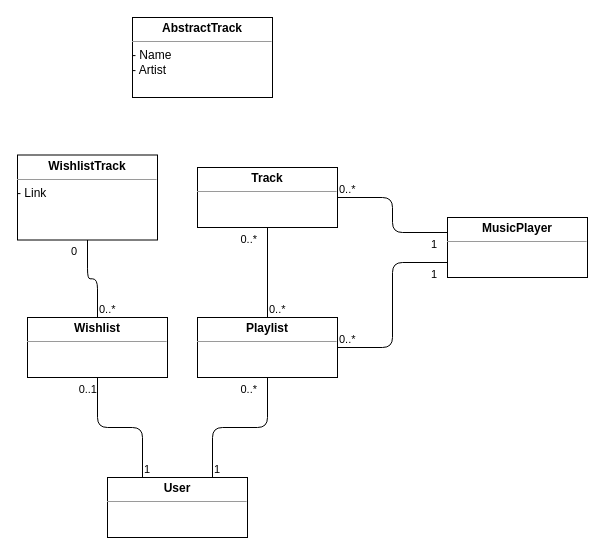
The draw.io diagram documentation/DomainModel.drawio in mart610k/Mp3-Player, before the edit. Source tidied: cells renumbered, new cells numbered last; positions are measured from the earlier drawing's top-left corner, leaving out a move shared by most shapes. Both pictures are drawn from the tidied source at 100%, with x=0, y=0 at pixel (17, 17).
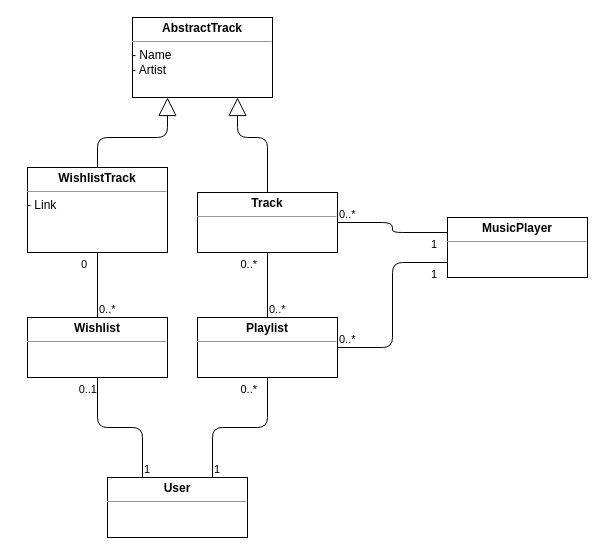
Above is the later version.

Unchanged cells that the change refers to:
```xml
<mxCell id="26" value="&lt;p style=&quot;margin: 0px ; margin-top: 4px ; text-align: center&quot;&gt;&lt;b&gt;AbstractTrack&lt;/b&gt;&lt;/p&gt;&lt;hr size=&quot;1&quot;&gt;&lt;div style=&quot;height: 2px&quot;&gt;- Name&lt;br&gt;- Artist&lt;br&gt;&lt;/div&gt;" style="verticalAlign=top;align=left;overflow=fill;fontSize=12;fontFamily=Helvetica;html=1;" parent="1" vertex="1">
  <mxGeometry x="115" width="140" height="80" as="geometry" />
</mxCell>
```

The edit, as a diff of the source:
```diff
@@
     <mxCell id="3" value="&lt;p style=&quot;margin: 0px ; margin-top: 4px ; text-align: center&quot;&gt;&lt;b&gt;Track&lt;/b&gt;&lt;/p&gt;&lt;hr size=&quot;1&quot;&gt;&lt;div style=&quot;height: 2px&quot;&gt;&lt;br&gt;&lt;/div&gt;" style="verticalAlign=top;align=left;overflow=fill;fontSize=12;fontFamily=Helvetica;html=1;" parent="1" vertex="1">
-      <mxGeometry x="180" y="150" width="140" height="60" as="geometry" />
+      <mxGeometry x="180" y="175" width="140" height="60" as="geometry" />
     </mxCell>
@@
     <mxCell id="13" value="&lt;p style=&quot;margin: 0px ; margin-top: 4px ; text-align: center&quot;&gt;&lt;b&gt;WishlistTrack&lt;/b&gt;&lt;/p&gt;&lt;hr size=&quot;1&quot;&gt;&lt;div style=&quot;height: 2px&quot;&gt;- Link&lt;/div&gt;" style="verticalAlign=top;align=left;overflow=fill;fontSize=12;fontFamily=Helvetica;html=1;" parent="1" vertex="1">
-      <mxGeometry y="137.5" width="140" height="85" as="geometry" />
+      <mxGeometry x="10" y="150" width="140" height="85" as="geometry" />
     </mxCell>
@@
+    <mxCell id="27" style="endArrow=block;endSize=16;endFill=0;html=1;entryX=0.25;entryY=1;entryDx=0;entryDy=0;exitX=0.5;exitY=0;exitDx=0;exitDy=0;" parent="1" edge="1" source="13" target="26">
+      <mxGeometry relative="1" as="geometry">
+        <Array as="points">
+          <mxPoint x="80" y="120" />
+          <mxPoint x="150" y="120" />
+        </Array>
+      </mxGeometry>
+    </mxCell>
+    <mxCell id="28" style="endArrow=block;endSize=16;endFill=0;html=1;entryX=0.75;entryY=1;entryDx=0;entryDy=0;exitX=0.5;exitY=0;exitDx=0;exitDy=0;" parent="1" edge="1" source="3" target="26">
+      <mxGeometry relative="1" as="geometry">
+        <Array as="points">
+          <mxPoint x="250" y="120" />
+          <mxPoint x="220" y="120" />
+        </Array>
+      </mxGeometry>
+    </mxCell>
```
